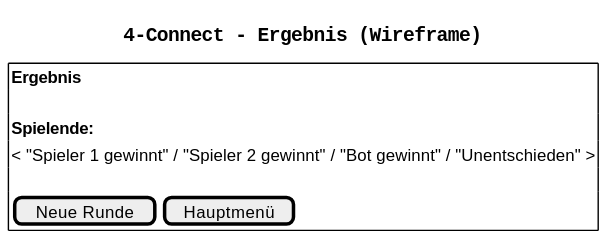
This is prototyp/Wireframe-04-07_ergebnis.svg from realLucas01/SEGR11, a PlantUML export, as it was before one commit. The source it was exported from:
```plantuml
@startuml
title 4-Connect - Ergebnis (Wireframe)

skinparam defaultFontName Monospaced

salt
{
  {+
    { **Ergebnis** }
    .
    { **Spielende:** }
    { < "Spieler 1 gewinnt" / "Spieler 2 gewinnt" / "Bot gewinnt" / "Unentschieden" > }
    .
    {[ Neue Runde ] | [ Hauptmenü ]}
  }
}
@enduml
```
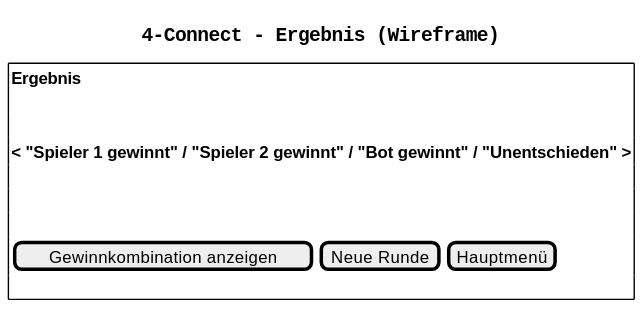
Above is the later version.

The edit, as a diff of the source:
```diff
@@ -7,11 +7,14 @@
 {
   {+
     { **Ergebnis** }
-    .
-    { **Spielende:** }
-    { < "Spieler 1 gewinnt" / "Spieler 2 gewinnt" / "Bot gewinnt" / "Unentschieden" > }
-    .
-    {[ Neue Runde ] | [ Hauptmenü ]}
+.
+.
+    { **< "Spieler 1 gewinnt" / "Spieler 2 gewinnt" / "Bot gewinnt" / "Unentschieden" >** }
+.
+.
+.
+    {[Gewinnkombination anzeigen] | [Neue Runde] | [Hauptmenü]}
+.
   }
 }
 @enduml
```
